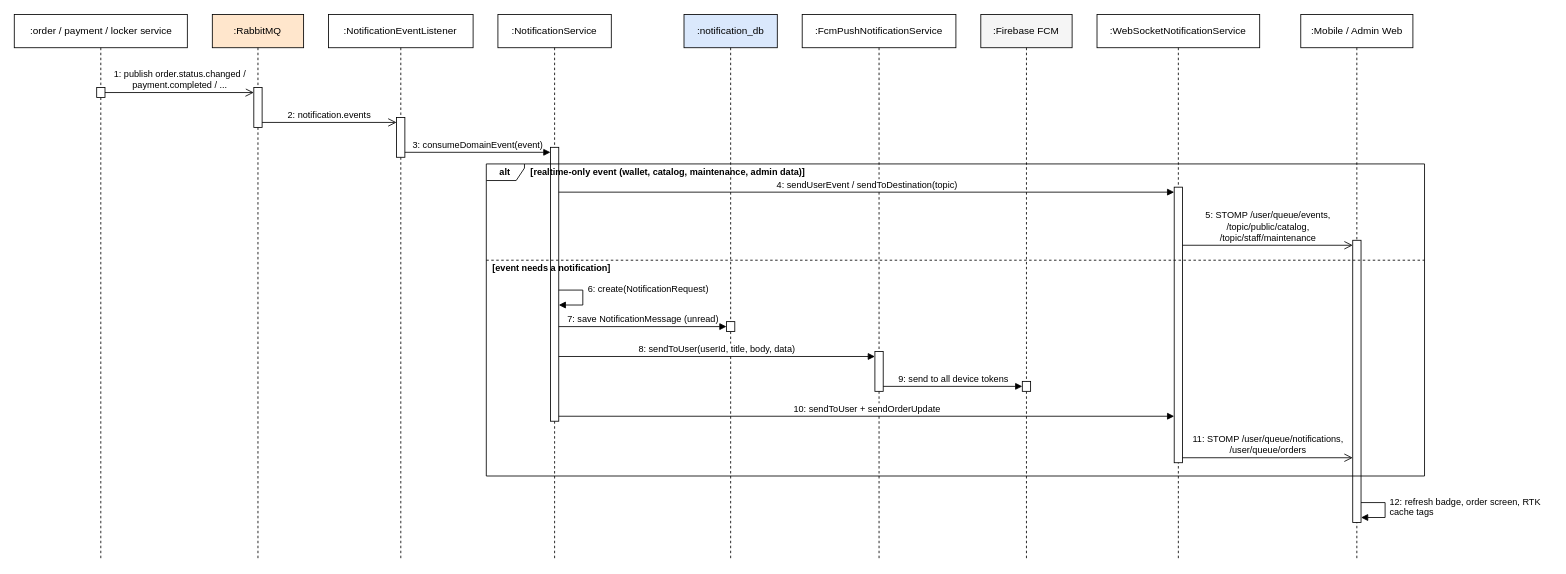
LockR-Tech/docs keeps this draw.io diagram as rp4/sdd-assets/drawio/seq_notify_1.drawio. Above is the earlier version. Source tidied: cells renumbered, new cells numbered last; positions are measured from the earlier drawing's top-left corner, leaving out a move shared by most shapes. Both pictures are drawn from the tidied source at 83%, with x=0, y=0 at pixel (14, 14).
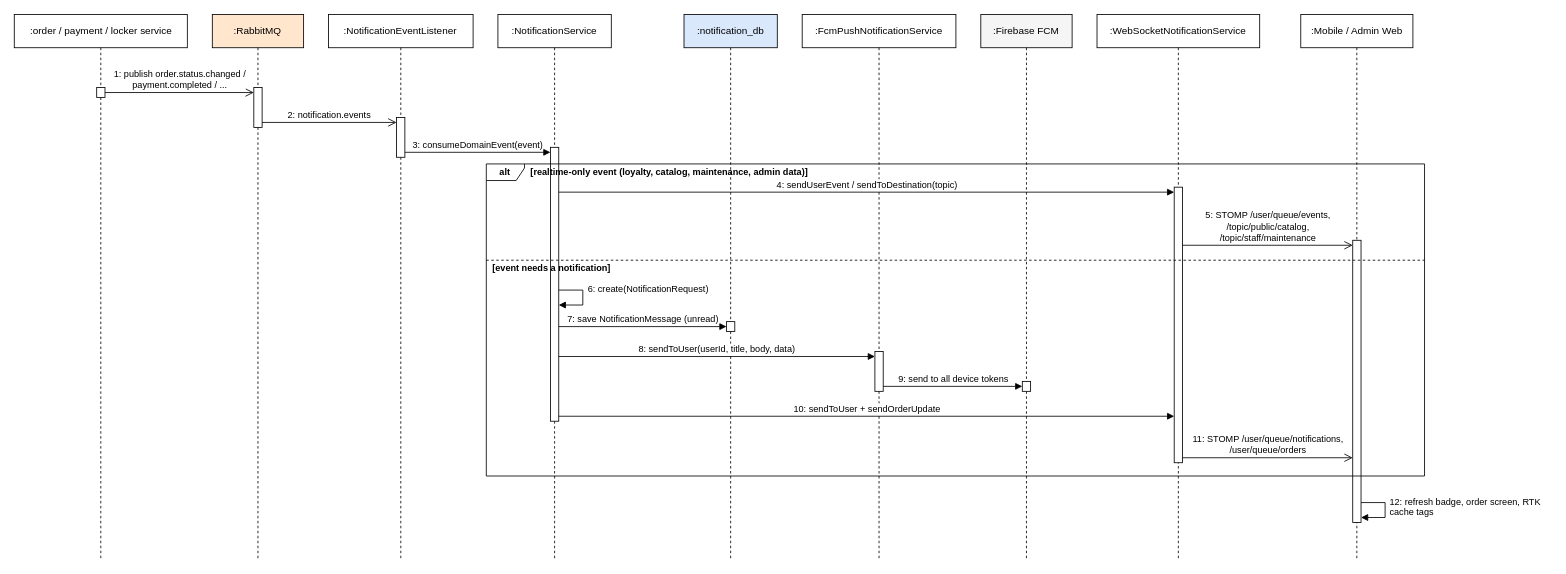
Above is the later version.

Diff of the diagram source:
```diff
@@
-    <mxCell id="21" value="[realtime-only event (wallet, catalog, maintenance, admin data)]" style="text;html=1;align=left;verticalAlign=middle;fontStyle=1;fontSize=11;" parent="1" vertex="1">
-      <mxGeometry x="620.4" y="180" width="356.3" height="20" as="geometry" />
+    <mxCell id="21" value="[realtime-only event (loyalty, catalog, maintenance, admin data)]" style="text;html=1;align=left;verticalAlign=middle;fontStyle=1;fontSize=11;" parent="1" vertex="1">
+      <mxGeometry x="620.4" y="180" width="358.7" height="20" as="geometry" />
     </mxCell>
```
